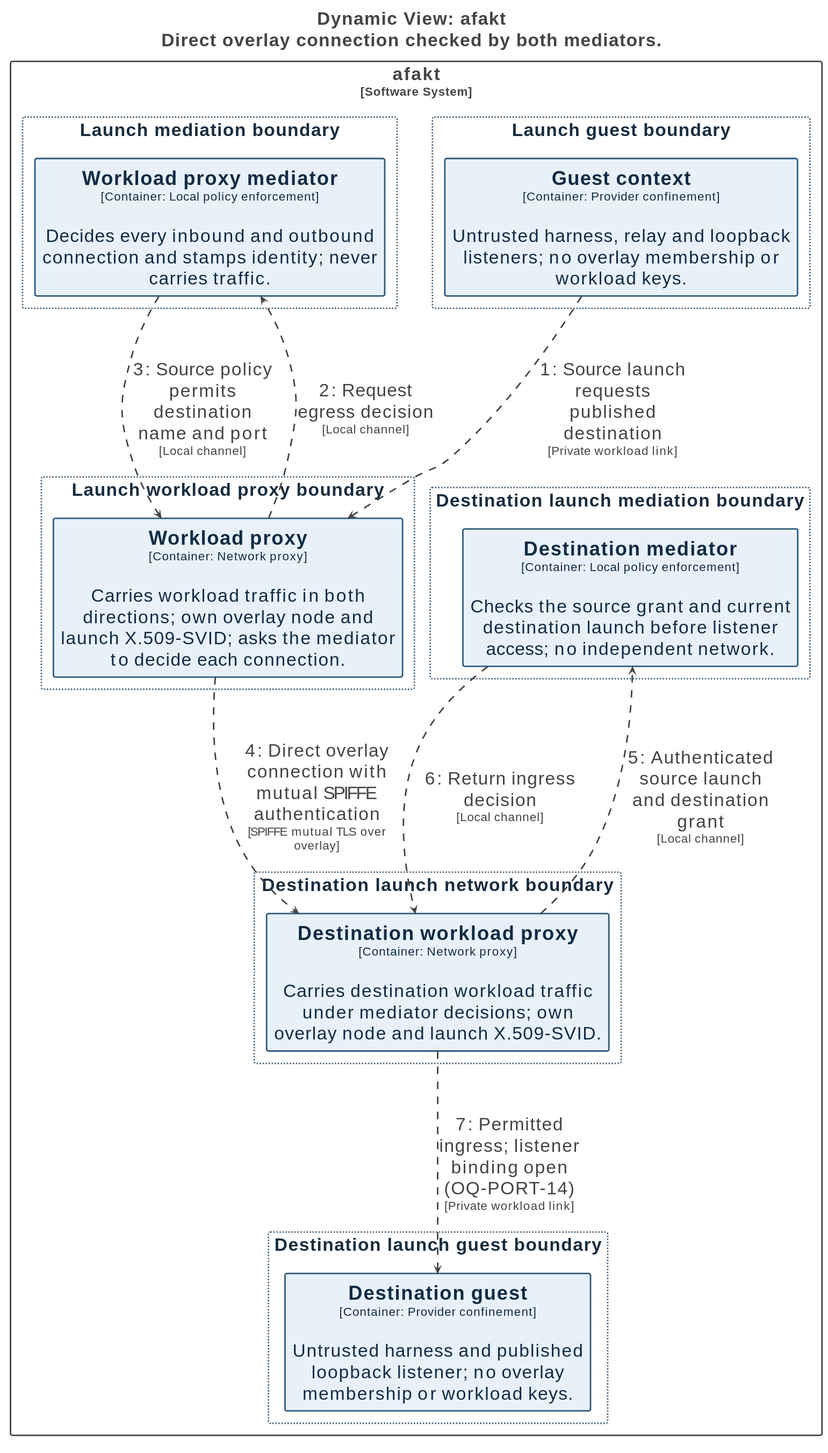
This is docs/diagrams/structurizr-network-flow-grant.svg from tbhb-dev/afakt, a PlantUML export, as it was before one commit. Its source is kept beside it as docs/diagrams/structurizr-network-flow-grant.puml.
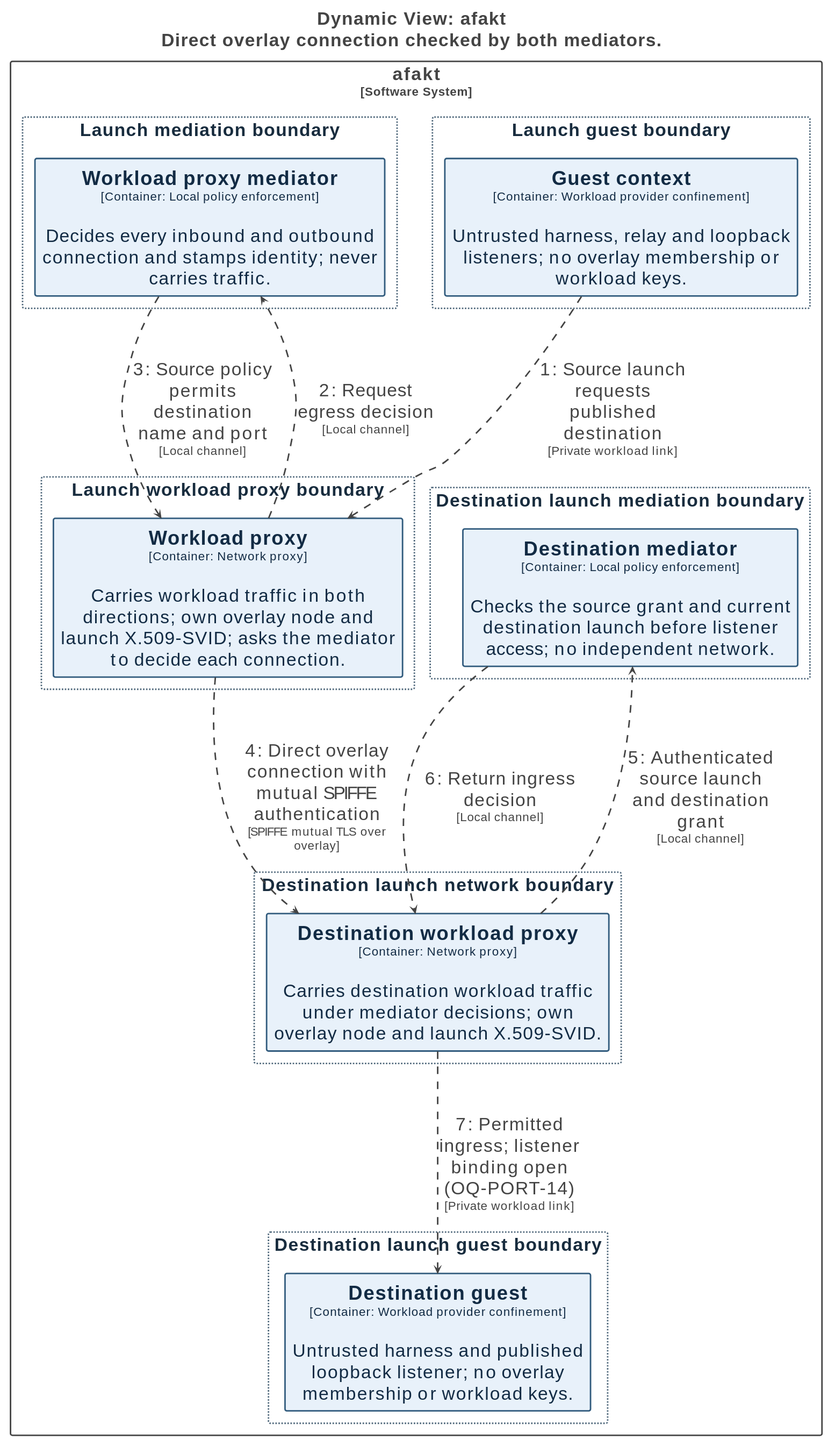
Above is the later version.

The edit, as a diff of the source:
```diff
@@ -119,7 +119,7 @@
 
 rectangle "afakt\n<size:16>[Software System]</size>" <<Boundary-YWZha3Q=>> {
   rectangle "Destination launch guest boundary" <<Group-RGVzdGluYXRpb24gbGF1bmNoIGd1ZXN0IGJvdW5kYXJ5>> as group20 {
-    rectangle "==Destination guest\n<size:16>[Container: Provider confinement]</size>\n\nUntrusted harness and published loopback listener; no overlay membership or workload keys." <<Element-RWxlbWVudCxUb3BvbG9neQ==>> as afakt.Destinationguest
+    rectangle "==Destination guest\n<size:16>[Container: Workload provider confinement]</size>\n\nUntrusted harness and published loopback listener; no overlay membership or workload keys." <<Element-RWxlbWVudCxUb3BvbG9neQ==>> as afakt.Destinationguest
   }
 
   rectangle "Destination launch mediation boundary" <<Group-RGVzdGluYXRpb24gbGF1bmNoIG1lZGlhdGlvbiBib3VuZGFyeQ==>> as group21 {
@@ -131,7 +131,7 @@
   }
 
   rectangle "Launch guest boundary" <<Group-TGF1bmNoIGd1ZXN0IGJvdW5kYXJ5>> as group23 {
-    rectangle "==Guest context\n<size:16>[Container: Provider confinement]</size>\n\nUntrusted harness, relay and loopback listeners; no overlay membership or workload keys." <<Element-RWxlbWVudCxUb3BvbG9neQ==>> as afakt.Guestcontext
+    rectangle "==Guest context\n<size:16>[Container: Workload provider confinement]</size>\n\nUntrusted harness, relay and loopback listeners; no overlay membership or workload keys." <<Element-RWxlbWVudCxUb3BvbG9neQ==>> as afakt.Guestcontext
   }
 
   rectangle "Launch mediation boundary" <<Group-TGF1bmNoIG1lZGlhdGlvbiBib3VuZGFyeQ==>> as group24 {
```
